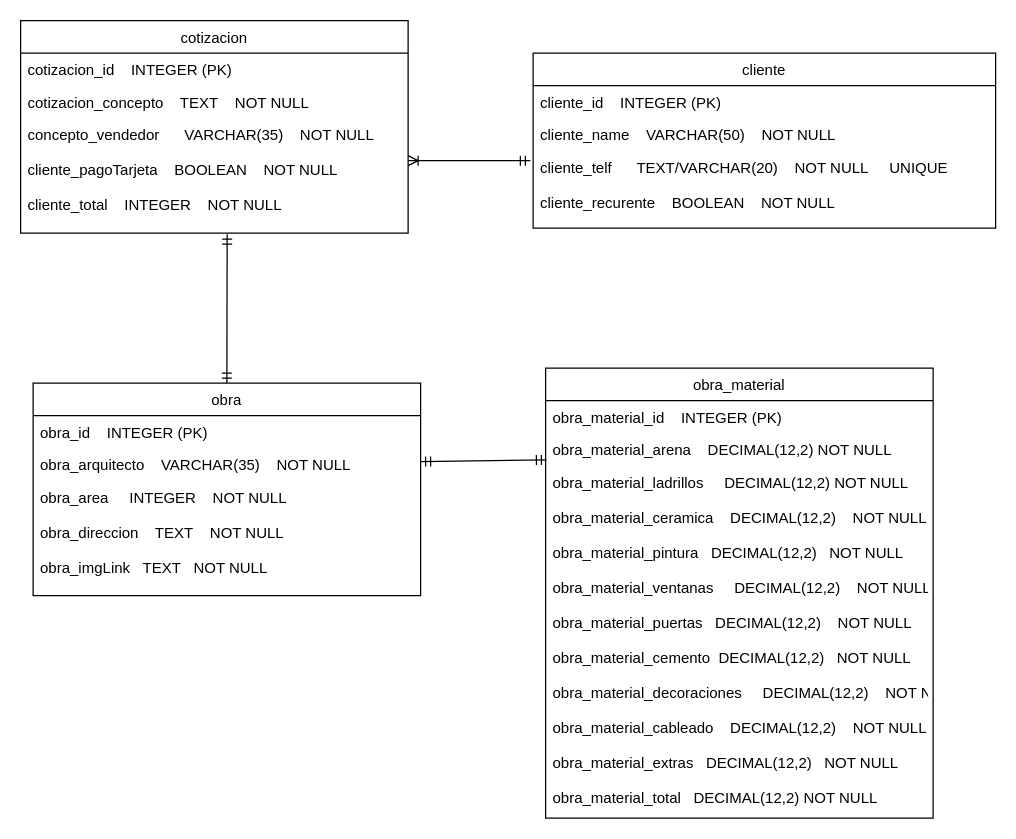
The draw.io diagram diagramas/bd_co_arqui.drawio in JMaycol-Valencia/cotizacion_arquitecto, before the edit. Source tidied: cells renumbered, new cells numbered last; positions are measured from the earlier drawing's top-left corner, leaving out a move shared by most shapes. Both pictures are drawn from the tidied source at 125%, with x=0, y=0 at pixel (20, 20).
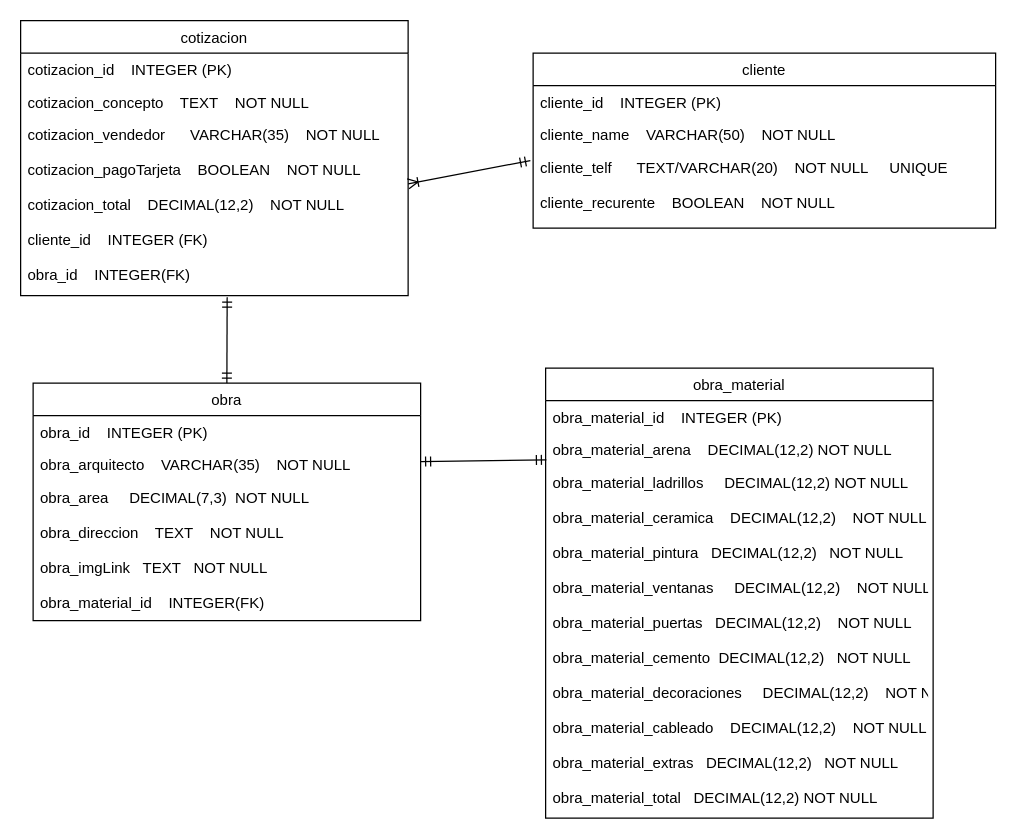
Above is the later version.

Commit message (it also covers changes not shown here):
bd_arquitecto_Mysql

What changed in the source:
```diff
@@
     <mxCell id="6" value="cotizacion" style="swimlane;fontStyle=0;horizontal=1;startSize=26;fillColor=none;" parent="1" vertex="1">
-      <mxGeometry width="310" height="170" as="geometry" />
+      <mxGeometry width="310" height="220" as="geometry" />
     </mxCell>
@@
-    <mxCell id="9" value="concepto_vendedor      VARCHAR(35)    NOT NULL&#10;&#10;cliente_pagoTarjeta    BOOLEAN    NOT NULL&#10;&#10;cliente_total    INTEGER    NOT NULL&#10;&#10;&#10;" style="text;strokeColor=none;fillColor=none;align=left;verticalAlign=top;spacingLeft=4;spacingRight=4;overflow=hidden;points=[[0,0.5],[1,0.5]];portConstraint=eastwest;" parent="6" vertex="1">
-      <mxGeometry y="78" width="310" height="92" as="geometry" />
+    <mxCell id="9" value="cotizacion_vendedor      VARCHAR(35)    NOT NULL&#10;&#10;cotizacion_pagoTarjeta    BOOLEAN    NOT NULL&#10;&#10;cotizacion_total    DECIMAL(12,2)    NOT NULL&#10;&#10;cliente_id    INTEGER (FK)&#10;&#10;obra_id    INTEGER(FK)&#10;&#10;&#10;" style="text;strokeColor=none;fillColor=none;align=left;verticalAlign=top;spacingLeft=4;spacingRight=4;overflow=hidden;points=[[0,0.5],[1,0.5]];portConstraint=eastwest;" parent="6" vertex="1">
+      <mxGeometry y="78" width="310" height="142" as="geometry" />
     </mxCell>
     <mxCell id="10" value="obra" style="swimlane;fontStyle=0;horizontal=1;startSize=26;fillColor=none;" parent="1" vertex="1">
-      <mxGeometry x="10" y="290" width="310" height="170" as="geometry" />
+      <mxGeometry x="10" y="290" width="310" height="190" as="geometry" />
     </mxCell>
@@
-    <mxCell id="13" value="obra_area     INTEGER    NOT NULL&#10;&#10;obra_direccion    TEXT    NOT NULL&#10;&#10;obra_imgLink   TEXT   NOT NULL&#10;&#10;&#10;" style="text;strokeColor=none;fillColor=none;align=left;verticalAlign=top;spacingLeft=4;spacingRight=4;overflow=hidden;" parent="10" vertex="1">
-      <mxGeometry y="78" width="310" height="92" as="geometry" />
+    <mxCell id="13" value="obra_area     DECIMAL(7,3)  NOT NULL&#10;&#10;obra_direccion    TEXT    NOT NULL&#10;&#10;obra_imgLink   TEXT   NOT NULL&#10;&#10;obra_material_id    INTEGER(FK)&#10;&#10;&#10;" style="text;strokeColor=none;fillColor=none;align=left;verticalAlign=top;spacingLeft=4;spacingRight=4;overflow=hidden;" parent="10" vertex="1">
+      <mxGeometry y="78" width="310" height="112" as="geometry" />
     </mxCell>
```
